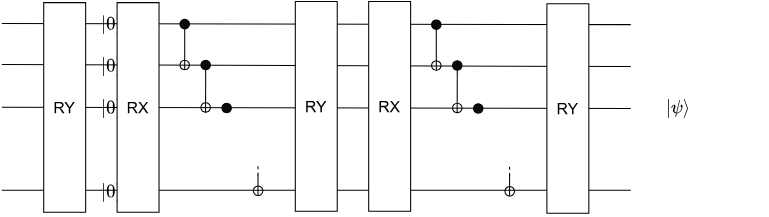
This is imgs/ansatz.svg from CERN-IT-INNOVATION/Quantum-Phase-Detection-ANNNI, a draw.io export, as it was before one commit. Source tidied: cells renumbered, new cells last; positions are measured from the earlier drawing's top-left corner, leaving out a move shared by most shapes. The source it was exported from:
```xml
<mxGraphModel math="1">
  <root>
    <mxCell id="0" />
    <mxCell id="1" parent="0" />
    <mxCell id="2" value="&lt;div style=&quot;font-size: 15px;&quot;&gt;&lt;font style=&quot;font-size: 15px;&quot;&gt;$$\left|0\right&amp;gt;$$&lt;br&gt;&lt;/font&gt;&lt;/div&gt;" style="text;html=1;align=center;verticalAlign=middle;strokeColor=none;fillColor=none;" parent="1" vertex="1">
      <mxGeometry x="30" y="21" width="150" height="20" as="geometry" />
    </mxCell>
    <mxCell id="3" value="&lt;div style=&quot;font-size: 15px;&quot;&gt;&lt;font style=&quot;font-size: 15px;&quot;&gt;$$\left|0\right&amp;gt;$$&lt;br&gt;&lt;/font&gt;&lt;/div&gt;" style="text;html=1;align=center;verticalAlign=middle;strokeColor=none;fillColor=none;" parent="1" vertex="1">
      <mxGeometry x="30" y="61" width="150" height="20" as="geometry" />
    </mxCell>
    <mxCell id="4" value="&lt;div style=&quot;font-size: 15px;&quot;&gt;&lt;font style=&quot;font-size: 15px;&quot;&gt;$$\left|0\right&amp;gt;$$&lt;br&gt;&lt;/font&gt;&lt;/div&gt;" style="text;html=1;align=center;verticalAlign=middle;strokeColor=none;fillColor=none;" parent="1" vertex="1">
      <mxGeometry x="30" y="101" width="150" height="20" as="geometry" />
    </mxCell>
    <mxCell id="5" value="&lt;div style=&quot;font-size: 15px;&quot;&gt;&lt;font style=&quot;font-size: 15px;&quot;&gt;$$\left|0\right&amp;gt;$$&lt;br&gt;&lt;/font&gt;&lt;/div&gt;" style="text;html=1;align=center;verticalAlign=middle;strokeColor=none;fillColor=none;" parent="1" vertex="1">
      <mxGeometry x="30" y="181" width="150" height="20" as="geometry" />
    </mxCell>
    <mxCell id="6" style="endArrow=none;html=1;rounded=0;fontSize=15;" parent="1" edge="1">
      <mxGeometry relative="1" as="geometry">
        <mxPoint x="600" y="22" as="sourcePoint" />
        <mxPoint y="21" as="targetPoint" />
      </mxGeometry>
    </mxCell>
    <mxCell id="7" style="endArrow=none;html=1;rounded=0;fontSize=15;" parent="1" edge="1">
      <mxGeometry relative="1" as="geometry">
        <mxPoint x="600" y="62" as="sourcePoint" />
        <mxPoint y="60" as="targetPoint" />
      </mxGeometry>
    </mxCell>
    <mxCell id="8" style="endArrow=none;html=1;rounded=0;fontSize=15;" parent="1" edge="1">
      <mxGeometry relative="1" as="geometry">
        <mxPoint x="600" y="102" as="sourcePoint" />
        <mxPoint y="100.8" as="targetPoint" />
      </mxGeometry>
    </mxCell>
    <mxCell id="9" style="endArrow=none;html=1;rounded=0;fontSize=15;" parent="1" edge="1">
      <mxGeometry relative="1" as="geometry">
        <mxPoint x="600" y="180" as="sourcePoint" />
        <mxPoint y="180" as="targetPoint" />
      </mxGeometry>
    </mxCell>
    <mxCell id="10" value="RX" style="rounded=0;whiteSpace=wrap;html=1;fontSize=15;" parent="1" vertex="1">
      <mxGeometry x="110" y="1" width="40" height="200" as="geometry" />
    </mxCell>
    <mxCell id="11" value="RY" style="rounded=0;whiteSpace=wrap;html=1;fontSize=15;" parent="1" vertex="1">
      <mxGeometry x="40" y="1" width="40" height="200" as="geometry" />
    </mxCell>
    <mxCell id="12" style="ellipse;whiteSpace=wrap;html=1;fontSize=15;strokeWidth=1;fillColor=#0A0A0A;" parent="1" vertex="1">
      <mxGeometry x="170" y="17" width="9" height="9" as="geometry" />
    </mxCell>
    <mxCell id="13" style="ellipse;whiteSpace=wrap;html=1;fontSize=15;strokeWidth=1;fillColor=#0A0A0A;" parent="1" vertex="1">
      <mxGeometry x="190" y="56" width="9" height="9" as="geometry" />
    </mxCell>
    <mxCell id="14" style="ellipse;whiteSpace=wrap;html=1;fontSize=15;strokeWidth=1;fillColor=#0A0A0A;" parent="1" vertex="1">
      <mxGeometry x="210" y="97" width="9" height="9" as="geometry" />
    </mxCell>
    <mxCell id="15" style="ellipse;whiteSpace=wrap;html=1;fontSize=15;strokeWidth=1;fillColor=none;" parent="1" vertex="1">
      <mxGeometry x="170" y="56" width="9" height="9" as="geometry" />
    </mxCell>
    <mxCell id="16" style="ellipse;whiteSpace=wrap;html=1;fontSize=15;strokeWidth=1;fillColor=none;" parent="1" vertex="1">
      <mxGeometry x="190" y="96.5" width="9" height="9" as="geometry" />
    </mxCell>
    <mxCell id="17" style="ellipse;whiteSpace=wrap;html=1;fontSize=15;strokeWidth=1;fillColor=none;" parent="1" vertex="1">
      <mxGeometry x="240" y="176" width="9" height="9" as="geometry" />
    </mxCell>
    <mxCell id="18" style="endArrow=none;html=1;rounded=0;fontSize=15;entryX=0.5;entryY=1;entryDx=0;entryDy=0;exitX=0.5;exitY=1;exitDx=0;exitDy=0;" parent="1" edge="1" source="15" target="12">
      <mxGeometry relative="1" as="geometry" />
    </mxCell>
    <mxCell id="19" style="endArrow=none;html=1;rounded=0;fontSize=15;entryX=0.5;entryY=1;entryDx=0;entryDy=0;exitX=0.5;exitY=1;exitDx=0;exitDy=0;" parent="1" edge="1" target="13">
      <mxGeometry relative="1" as="geometry">
        <mxPoint x="194.4" y="106" as="sourcePoint" />
      </mxGeometry>
    </mxCell>
    <mxCell id="20" style="endArrow=none;html=1;rounded=0;fontSize=15;" parent="1" edge="1">
      <mxGeometry relative="1" as="geometry">
        <mxPoint x="244.4" y="185" as="sourcePoint" />
        <mxPoint x="244.4" y="165" as="targetPoint" />
      </mxGeometry>
    </mxCell>
    <mxCell id="21" style="endArrow=none;dashed=1;html=1;rounded=0;fontSize=15;" parent="1" edge="1">
      <mxGeometry relative="1" as="geometry">
        <mxPoint x="244.4" y="166" as="sourcePoint" />
        <mxPoint x="244.4" y="156" as="targetPoint" />
      </mxGeometry>
    </mxCell>
    <mxCell id="22" value="RX" style="rounded=0;whiteSpace=wrap;html=1;fontSize=15;" parent="1" vertex="1">
      <mxGeometry x="350" width="40" height="200" as="geometry" />
    </mxCell>
    <mxCell id="23" value="RY" style="rounded=0;whiteSpace=wrap;html=1;fontSize=15;" parent="1" vertex="1">
      <mxGeometry x="280" width="40" height="200" as="geometry" />
    </mxCell>
    <mxCell id="24" style="ellipse;whiteSpace=wrap;html=1;fontSize=15;strokeWidth=1;fillColor=#0A0A0A;" parent="1" vertex="1">
      <mxGeometry x="410" y="17.5" width="9" height="9" as="geometry" />
    </mxCell>
    <mxCell id="25" style="ellipse;whiteSpace=wrap;html=1;fontSize=15;strokeWidth=1;fillColor=#0A0A0A;" parent="1" vertex="1">
      <mxGeometry x="430" y="56.5" width="9" height="9" as="geometry" />
    </mxCell>
    <mxCell id="26" style="ellipse;whiteSpace=wrap;html=1;fontSize=15;strokeWidth=1;fillColor=#0A0A0A;" parent="1" vertex="1">
      <mxGeometry x="450" y="97.5" width="9" height="9" as="geometry" />
    </mxCell>
    <mxCell id="27" style="ellipse;whiteSpace=wrap;html=1;fontSize=15;strokeWidth=1;fillColor=none;" parent="1" vertex="1">
      <mxGeometry x="410" y="56.5" width="9" height="9" as="geometry" />
    </mxCell>
    <mxCell id="28" style="ellipse;whiteSpace=wrap;html=1;fontSize=15;strokeWidth=1;fillColor=none;" parent="1" vertex="1">
      <mxGeometry x="430" y="97" width="9" height="9" as="geometry" />
    </mxCell>
    <mxCell id="29" style="ellipse;whiteSpace=wrap;html=1;fontSize=15;strokeWidth=1;fillColor=none;" parent="1" vertex="1">
      <mxGeometry x="480" y="176.5" width="9" height="9" as="geometry" />
    </mxCell>
    <mxCell id="30" style="endArrow=none;html=1;rounded=0;fontSize=15;entryX=0.5;entryY=1;entryDx=0;entryDy=0;exitX=0.5;exitY=1;exitDx=0;exitDy=0;" parent="1" edge="1" source="27" target="24">
      <mxGeometry relative="1" as="geometry" />
    </mxCell>
    <mxCell id="31" style="endArrow=none;html=1;rounded=0;fontSize=15;entryX=0.5;entryY=1;entryDx=0;entryDy=0;exitX=0.5;exitY=1;exitDx=0;exitDy=0;" parent="1" edge="1" target="25">
      <mxGeometry relative="1" as="geometry">
        <mxPoint x="434.4" y="106.5" as="sourcePoint" />
      </mxGeometry>
    </mxCell>
    <mxCell id="32" style="endArrow=none;html=1;rounded=0;fontSize=15;" parent="1" edge="1">
      <mxGeometry relative="1" as="geometry">
        <mxPoint x="484.4" y="185.5" as="sourcePoint" />
        <mxPoint x="484.4" y="165.5" as="targetPoint" />
      </mxGeometry>
    </mxCell>
    <mxCell id="33" style="endArrow=none;dashed=1;html=1;rounded=0;fontSize=15;" parent="1" edge="1">
      <mxGeometry relative="1" as="geometry">
        <mxPoint x="484.4" y="166.5" as="sourcePoint" />
        <mxPoint x="484.4" y="156.5" as="targetPoint" />
      </mxGeometry>
    </mxCell>
    <mxCell id="34" value="$$\left|\psi\right&amp;gt;$$" style="text;html=1;align=center;verticalAlign=middle;strokeColor=none;fillColor=none;fontSize=15;" parent="1" vertex="1">
      <mxGeometry x="560" y="91.5" width="170" height="20" as="geometry" />
    </mxCell>
    <mxCell id="35" value="RY" style="rounded=0;whiteSpace=wrap;html=1;fontSize=15;" parent="1" vertex="1">
      <mxGeometry x="520" y="2" width="40" height="200" as="geometry" />
    </mxCell>
  </root>
</mxGraphModel>
```
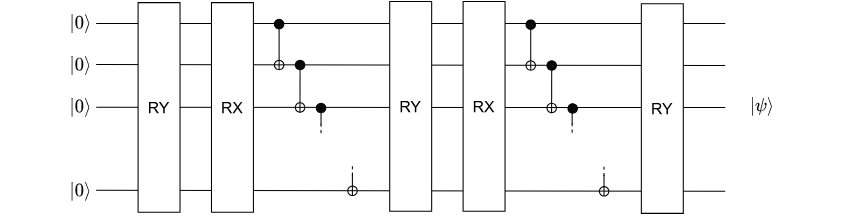
The same file after the commit.

The edit, as a diff of the source:
```diff
@@ -3,44 +3,41 @@
     <mxCell id="0" />
     <mxCell id="1" parent="0" />
     <mxCell id="2" value="&lt;div style=&quot;font-size: 15px;&quot;&gt;&lt;font style=&quot;font-size: 15px;&quot;&gt;$$\left|0\right&amp;gt;$$&lt;br&gt;&lt;/font&gt;&lt;/div&gt;" style="text;html=1;align=center;verticalAlign=middle;strokeColor=none;fillColor=none;" parent="1" vertex="1">
-      <mxGeometry x="30" y="21" width="150" height="20" as="geometry" />
+      <mxGeometry x="-90" y="20" width="150" height="20" as="geometry" />
     </mxCell>
     <mxCell id="3" value="&lt;div style=&quot;font-size: 15px;&quot;&gt;&lt;font style=&quot;font-size: 15px;&quot;&gt;$$\left|0\right&amp;gt;$$&lt;br&gt;&lt;/font&gt;&lt;/div&gt;" style="text;html=1;align=center;verticalAlign=middle;strokeColor=none;fillColor=none;" parent="1" vertex="1">
-      <mxGeometry x="30" y="61" width="150" height="20" as="geometry" />
+      <mxGeometry x="-90" y="60" width="150" height="20" as="geometry" />
     </mxCell>
     <mxCell id="4" value="&lt;div style=&quot;font-size: 15px;&quot;&gt;&lt;font style=&quot;font-size: 15px;&quot;&gt;$$\left|0\right&amp;gt;$$&lt;br&gt;&lt;/font&gt;&lt;/div&gt;" style="text;html=1;align=center;verticalAlign=middle;strokeColor=none;fillColor=none;" parent="1" vertex="1">
-      <mxGeometry x="30" y="101" width="150" height="20" as="geometry" />
+      <mxGeometry x="-90" y="100" width="150" height="20" as="geometry" />
     </mxCell>
     <mxCell id="5" value="&lt;div style=&quot;font-size: 15px;&quot;&gt;&lt;font style=&quot;font-size: 15px;&quot;&gt;$$\left|0\right&amp;gt;$$&lt;br&gt;&lt;/font&gt;&lt;/div&gt;" style="text;html=1;align=center;verticalAlign=middle;strokeColor=none;fillColor=none;" parent="1" vertex="1">
-      <mxGeometry x="30" y="181" width="150" height="20" as="geometry" />
+      <mxGeometry x="-90" y="180" width="150" height="20" as="geometry" />
     </mxCell>
     <mxCell id="6" style="endArrow=none;html=1;rounded=0;fontSize=15;" parent="1" edge="1">
       <mxGeometry relative="1" as="geometry">
-        <mxPoint x="600" y="22" as="sourcePoint" />
+        <mxPoint x="600" y="21" as="sourcePoint" />
         <mxPoint y="21" as="targetPoint" />
       </mxGeometry>
     </mxCell>
     <mxCell id="7" style="endArrow=none;html=1;rounded=0;fontSize=15;" parent="1" edge="1">
       <mxGeometry relative="1" as="geometry">
-        <mxPoint x="600" y="62" as="sourcePoint" />
+        <mxPoint x="600" y="61" as="sourcePoint" />
         <mxPoint y="60" as="targetPoint" />
       </mxGeometry>
     </mxCell>
     <mxCell id="8" style="endArrow=none;html=1;rounded=0;fontSize=15;" parent="1" edge="1">
       <mxGeometry relative="1" as="geometry">
-        <mxPoint x="600" y="102" as="sourcePoint" />
+        <mxPoint x="600" y="101" as="sourcePoint" />
         <mxPoint y="100.8" as="targetPoint" />
       </mxGeometry>
     </mxCell>
     <mxCell id="9" style="endArrow=none;html=1;rounded=0;fontSize=15;" parent="1" edge="1">
       <mxGeometry relative="1" as="geometry">
-        <mxPoint x="600" y="180" as="sourcePoint" />
+        <mxPoint x="600" y="181" as="sourcePoint" />
         <mxPoint y="180" as="targetPoint" />
       </mxGeometry>
     </mxCell>
-    <mxCell id="10" value="RX" style="rounded=0;whiteSpace=wrap;html=1;fontSize=15;" parent="1" vertex="1">
-      <mxGeometry x="110" y="1" width="40" height="200" as="geometry" />
-    </mxCell>
     <mxCell id="11" value="RY" style="rounded=0;whiteSpace=wrap;html=1;fontSize=15;" parent="1" vertex="1">
       <mxGeometry x="40" y="1" width="40" height="200" as="geometry" />
     </mxCell>
@@ -127,8 +124,41 @@
       </mxGeometry>
     </mxCell>
     <mxCell id="34" value="$$\left|\psi\right&amp;gt;$$" style="text;html=1;align=center;verticalAlign=middle;strokeColor=none;fillColor=none;fontSize=15;" parent="1" vertex="1">
-      <mxGeometry x="560" y="91.5" width="170" height="20" as="geometry" />
+      <mxGeometry x="550" y="90" width="170" height="20" as="geometry" />
     </mxCell>
+    <mxCell id="10" value="RX" style="rounded=0;whiteSpace=wrap;html=1;fontSize=15;" parent="1" vertex="1">
+      <mxGeometry x="110" y="1" width="40" height="200" as="geometry" />
+    </mxCell>
+    <mxCell id="36" style="group;rotation=-180;" parent="1" vertex="1">
+      <mxGeometry x="214.5" y="97.5" height="29" as="geometry" />
+    </mxCell>
+    <mxCell id="37" style="endArrow=none;html=1;rounded=0;fontSize=15;" parent="36" edge="1">
+      <mxGeometry relative="1" as="geometry">
+        <mxPoint as="sourcePoint" />
+        <mxPoint y="20" as="targetPoint" />
+      </mxGeometry>
+    </mxCell>
+    <mxCell id="38" style="endArrow=none;dashed=1;html=1;rounded=0;fontSize=15;" parent="36" edge="1">
+      <mxGeometry relative="1" as="geometry">
+        <mxPoint y="19" as="sourcePoint" />
+        <mxPoint y="29" as="targetPoint" />
+      </mxGeometry>
+    </mxCell>
+    <mxCell id="39" style="group;rotation=-180;" parent="1" vertex="1">
+      <mxGeometry x="454" y="97" height="29" as="geometry" />
+    </mxCell>
+    <mxCell id="40" style="endArrow=none;html=1;rounded=0;fontSize=15;" parent="39" edge="1">
+      <mxGeometry relative="1" as="geometry">
+        <mxPoint as="sourcePoint" />
+        <mxPoint y="20" as="targetPoint" />
+      </mxGeometry>
+    </mxCell>
+    <mxCell id="41" style="endArrow=none;dashed=1;html=1;rounded=0;fontSize=15;" parent="39" edge="1">
+      <mxGeometry relative="1" as="geometry">
+        <mxPoint y="19" as="sourcePoint" />
+        <mxPoint y="29" as="targetPoint" />
+      </mxGeometry>
+    </mxCell>
     <mxCell id="35" value="RY" style="rounded=0;whiteSpace=wrap;html=1;fontSize=15;" parent="1" vertex="1">
       <mxGeometry x="520" y="2" width="40" height="200" as="geometry" />
     </mxCell>
```
